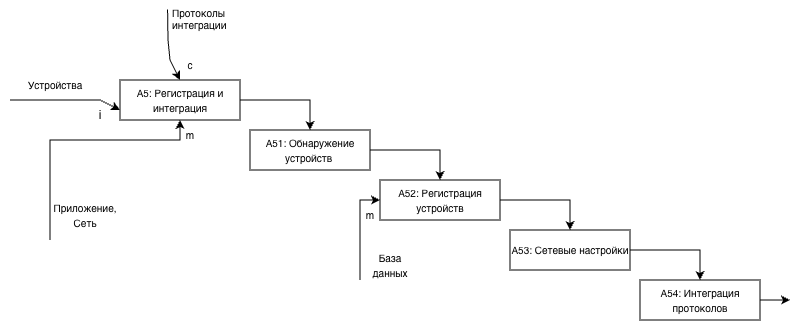
Earlier version of the draw.io export Диаграммы (3 Лабораторная работа)/Диаграмма первого уровня А5 (3 Лабораторная).png (motshexe/3103-PGUTISHKI). Source tidied: cells renumbered, new cells last; positions are measured from the earlier drawing's top-left corner, leaving out a move shared by most shapes. Its diagram source:
```xml
<mxGraphModel>
  <root>
    <mxCell id="0" />
    <mxCell id="1" parent="0" />
    <mxCell id="2" style="edgeStyle=orthogonalEdgeStyle;rounded=0;jettySize=auto;html=1;exitX=1;exitY=0.5;exitDx=0;exitDy=0;entryX=0.5;entryY=0;entryDx=0;entryDy=0;" parent="1" edge="1" source="3" target="11">
      <mxGeometry relative="1" as="geometry" />
    </mxCell>
    <mxCell id="3" value="&lt;font style=&quot;font-size: 10px;&quot;&gt;A5: Регистрация и интеграция&lt;/font&gt;" style="rounded=0;whiteSpace=wrap;html=1;" parent="1" vertex="1">
      <mxGeometry x="120" y="80" width="120" height="40" as="geometry" />
    </mxCell>
    <mxCell id="4" value="&lt;font style=&quot;font-size: 10px;&quot;&gt;Устройства&lt;/font&gt;" style="text;html=1;whiteSpace=wrap;strokeColor=none;fillColor=none;align=center;verticalAlign=middle;rounded=0;" parent="1" vertex="1">
      <mxGeometry y="70" width="110" height="30" as="geometry" />
    </mxCell>
    <mxCell id="5" style="edgeStyle=none;jettySize=auto;html=1;rounded=0;entryX=0;entryY=0.75;entryDx=0;entryDy=0;" parent="1" edge="1" target="3">
      <mxGeometry relative="1" as="geometry">
        <mxPoint x="10" y="100" as="sourcePoint" />
        <Array as="points">
          <mxPoint x="50" y="100" />
          <mxPoint x="100" y="100" />
        </Array>
      </mxGeometry>
    </mxCell>
    <mxCell id="6" value="i" style="text;html=1;whiteSpace=wrap;strokeColor=none;fillColor=none;align=center;verticalAlign=middle;rounded=0;" parent="1" vertex="1">
      <mxGeometry x="70" y="100" width="60" height="30" as="geometry" />
    </mxCell>
    <mxCell id="7" value="Протоколы интеграции" style="text;whiteSpace=wrap;fontSize=10;" parent="1" vertex="1">
      <mxGeometry x="170" width="90" height="40" as="geometry" />
    </mxCell>
    <mxCell id="8" style="edgeStyle=none;jettySize=auto;html=1;rounded=0;entryX=0.5;entryY=0;entryDx=0;entryDy=0;exitX=-0.027;exitY=0.235;exitDx=0;exitDy=0;exitPerimeter=0;" parent="1" edge="1" source="7" target="3">
      <mxGeometry relative="1" as="geometry">
        <Array as="points">
          <mxPoint x="168" y="40" />
          <mxPoint x="170" y="60" />
        </Array>
      </mxGeometry>
    </mxCell>
    <mxCell id="9" value="&lt;font style=&quot;font-size: 10px;&quot;&gt;с&lt;/font&gt;" style="text;html=1;whiteSpace=wrap;strokeColor=none;fillColor=none;align=center;verticalAlign=middle;rounded=0;" parent="1" vertex="1">
      <mxGeometry x="160" y="50" width="60" height="30" as="geometry" />
    </mxCell>
    <mxCell id="10" style="edgeStyle=orthogonalEdgeStyle;rounded=0;jettySize=auto;html=1;exitX=1;exitY=0.5;exitDx=0;exitDy=0;entryX=0.5;entryY=0;entryDx=0;entryDy=0;" parent="1" edge="1" source="11" target="13">
      <mxGeometry relative="1" as="geometry" />
    </mxCell>
    <mxCell id="11" value="&lt;font style=&quot;font-size: 10px;&quot;&gt;A51: Обнаружение устройств&amp;nbsp;&lt;/font&gt;" style="rounded=0;whiteSpace=wrap;html=1;" parent="1" vertex="1">
      <mxGeometry x="250" y="130" width="120" height="40" as="geometry" />
    </mxCell>
    <mxCell id="12" style="edgeStyle=orthogonalEdgeStyle;rounded=0;jettySize=auto;html=1;exitX=1;exitY=0.5;exitDx=0;exitDy=0;entryX=0.5;entryY=0;entryDx=0;entryDy=0;" parent="1" edge="1" source="13" target="15">
      <mxGeometry relative="1" as="geometry" />
    </mxCell>
    <mxCell id="13" value="&lt;font style=&quot;font-size: 10px;&quot;&gt;A52: Регистрация устройств&lt;/font&gt;" style="rounded=0;whiteSpace=wrap;html=1;" parent="1" vertex="1">
      <mxGeometry x="380" y="180" width="120" height="40" as="geometry" />
    </mxCell>
    <mxCell id="14" style="edgeStyle=orthogonalEdgeStyle;rounded=0;jettySize=auto;html=1;exitX=1;exitY=0.5;exitDx=0;exitDy=0;entryX=0.5;entryY=0;entryDx=0;entryDy=0;" parent="1" edge="1" source="15" target="17">
      <mxGeometry relative="1" as="geometry" />
    </mxCell>
    <mxCell id="15" value="&lt;font style=&quot;font-size: 10px;&quot;&gt;A53: Сетевые настройки&lt;/font&gt;&lt;span style=&quot;color: rgba(0, 0, 0, 0); font-family: monospace; font-size: 0px; text-align: start; text-wrap-mode: nowrap;&quot;&gt;%3CmxGraphModel%3E%3Croot%3E%3CmxCell%20id%3D%220%22%2F%3E%3CmxCell%20id%3D%221%22%20parent%3D%220%22%2F%3E%3CmxCell%20id%3D%222%22%20value%3D%22%26lt%3Bfont%20style%3D%26quot%3Bfont-size%3A%2010px%3B%26quot%3B%26gt%3BA12%3A%20%D0%92%D1%8B%D0%BF%D0%BE%D0%BB%D0%BD%D0%B5%D0%BD%D0%B8%D0%B5%20%D0%BA%D0%BE%D0%BC%D0%B0%D0%BD%D0%B4%26lt%3B%2Ffont%26gt%3B%22%20style%3D%22rounded%3D0%3BwhiteSpace%3Dwrap%3Bhtml%3D1%3B%22%20vertex%3D%221%22%20parent%3D%221%22%3E%3CmxGeometry%20x%3D%22380%22%20y%3D%22180%22%20width%3D%22120%22%20height%3D%2240%22%20as%3D%22geometry%22%2F%3E%3C%2FmxCell%3E%3C%2Froot%3E%3C%2FmxGraphModel%3E&lt;/span&gt;" style="rounded=0;whiteSpace=wrap;html=1;" parent="1" vertex="1">
      <mxGeometry x="510" y="230" width="120" height="40" as="geometry" />
    </mxCell>
    <mxCell id="16" style="edgeStyle=orthogonalEdgeStyle;rounded=0;jettySize=auto;html=1;exitX=1;exitY=0.5;exitDx=0;exitDy=0;" parent="1" edge="1" source="17">
      <mxGeometry relative="1" as="geometry">
        <mxPoint x="790" y="300.2" as="targetPoint" />
      </mxGeometry>
    </mxCell>
    <mxCell id="17" value="&lt;font style=&quot;font-size: 10px;&quot;&gt;A54: Интеграция протоколов&lt;/font&gt;&lt;span style=&quot;color: rgba(0, 0, 0, 0); font-family: monospace; font-size: 0px; text-align: start; text-wrap-mode: nowrap;&quot;&gt;%3CmxGraphModel%3E%3Croot%3E%3CmxCell%20id%3D%220%22%2F%3E%3CmxCell%20id%3D%221%22%20parent%3D%220%22%2F%3E%3CmxCell%20id%3D%222%22%20value%3D%22%26lt%3Bfont%20style%3D%26quot%3Bfont-size%3A%2010px%3B%26quot%3B%26gt%3BA12%3A%20%D0%92%D1%8B%D0%BF%D0%BE%D0%BB%D0%BD%D0%B5%D0%BD%D0%B8%D0%B5%20%D0%BA%D0%BE%D0%BC%D0%B0%D0%BD%D0%B4%26lt%3B%2Ffont%26gt%3B%22%20style%3D%22rounded%3D0%3BwhiteSpace%3Dwrap%3Bhtml%3D1%3B%22%20vertex%3D%221%22%20parent%3D%221%22%3E%3CmxGeometry%20x%3D%22380%22%20y%3D%22180%22%20width%3D%22120%22%20height%3D%2240%22%20as%3D%22geometry%22%2F%3E%3C%2FmxCell%3E%3C%2Froot%3E%3C%2FmxGraphModel%3E&lt;/span&gt;" style="rounded=0;whiteSpace=wrap;html=1;" parent="1" vertex="1">
      <mxGeometry x="640" y="280" width="120" height="40" as="geometry" />
    </mxCell>
    <mxCell id="18" value="&lt;font style=&quot;font-size: 10px;&quot;&gt;Приложение, Сеть&lt;/font&gt;" style="text;html=1;whiteSpace=wrap;strokeColor=none;fillColor=none;align=center;verticalAlign=middle;rounded=0;" parent="1" vertex="1">
      <mxGeometry x="50" y="200" width="70" height="30" as="geometry" />
    </mxCell>
    <mxCell id="19" style="edgeStyle=none;jettySize=auto;html=1;rounded=0;entryX=0.5;entryY=1;entryDx=0;entryDy=0;" parent="1" edge="1" target="3">
      <mxGeometry relative="1" as="geometry">
        <mxPoint x="50" y="240" as="sourcePoint" />
        <Array as="points">
          <mxPoint x="50" y="240" />
          <mxPoint x="50" y="140" />
          <mxPoint x="180" y="140" />
        </Array>
      </mxGeometry>
    </mxCell>
    <mxCell id="20" value="&lt;span style=&quot;font-size: 10px;&quot;&gt;m&lt;/span&gt;" style="text;html=1;whiteSpace=wrap;strokeColor=none;fillColor=none;align=center;verticalAlign=middle;rounded=0;" parent="1" vertex="1">
      <mxGeometry x="160" y="120" width="60" height="30" as="geometry" />
    </mxCell>
    <mxCell id="21" style="edgeStyle=none;jettySize=auto;html=1;rounded=0;entryX=0;entryY=0.5;entryDx=0;entryDy=0;" parent="1" edge="1" source="24" target="13">
      <mxGeometry relative="1" as="geometry" />
    </mxCell>
    <mxCell id="22" value="&lt;font style=&quot;font-size: 10px;&quot;&gt;База данных&lt;/font&gt;" style="text;html=1;whiteSpace=wrap;strokeColor=none;fillColor=none;align=center;verticalAlign=middle;rounded=0;" parent="1" vertex="1">
      <mxGeometry x="360" y="250" width="60" height="30" as="geometry" />
    </mxCell>
    <mxCell id="23" style="edgeStyle=none;jettySize=auto;html=1;rounded=0;entryX=0;entryY=0.5;entryDx=0;entryDy=0;" parent="1" edge="1" target="13">
      <mxGeometry relative="1" as="geometry">
        <mxPoint x="360" y="280" as="sourcePoint" />
        <Array as="points">
          <mxPoint x="360" y="200" />
        </Array>
      </mxGeometry>
    </mxCell>
    <mxCell id="24" value="&lt;span style=&quot;font-size: 10px;&quot;&gt;m&lt;/span&gt;" style="text;html=1;whiteSpace=wrap;strokeColor=none;fillColor=none;align=center;verticalAlign=middle;rounded=0;" parent="1" vertex="1">
      <mxGeometry x="340" y="200" width="60" height="30" as="geometry" />
    </mxCell>
  </root>
</mxGraphModel>
```
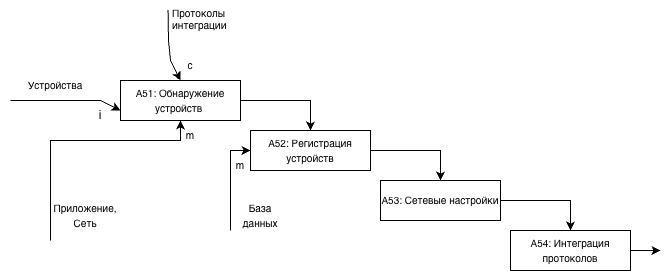
Above is the later version.

Diff of the diagram source:
```diff
@@ -2,99 +2,96 @@
   <root>
     <mxCell id="0" />
     <mxCell id="1" parent="0" />
-    <mxCell id="2" style="edgeStyle=orthogonalEdgeStyle;rounded=0;jettySize=auto;html=1;exitX=1;exitY=0.5;exitDx=0;exitDy=0;entryX=0.5;entryY=0;entryDx=0;entryDy=0;" parent="1" edge="1" source="3" target="11">
-      <mxGeometry relative="1" as="geometry" />
-    </mxCell>
-    <mxCell id="3" value="&lt;font style=&quot;font-size: 10px;&quot;&gt;A5: Регистрация и интеграция&lt;/font&gt;" style="rounded=0;whiteSpace=wrap;html=1;" parent="1" vertex="1">
-      <mxGeometry x="120" y="80" width="120" height="40" as="geometry" />
-    </mxCell>
     <mxCell id="4" value="&lt;font style=&quot;font-size: 10px;&quot;&gt;Устройства&lt;/font&gt;" style="text;html=1;whiteSpace=wrap;strokeColor=none;fillColor=none;align=center;verticalAlign=middle;rounded=0;" parent="1" vertex="1">
-      <mxGeometry y="70" width="110" height="30" as="geometry" />
+      <mxGeometry x="10" y="80" width="110" height="30" as="geometry" />
     </mxCell>
-    <mxCell id="5" style="edgeStyle=none;jettySize=auto;html=1;rounded=0;entryX=0;entryY=0.75;entryDx=0;entryDy=0;" parent="1" edge="1" target="3">
+    <mxCell id="5" style="edgeStyle=none;orthogonalLoop=1;jettySize=auto;html=1;rounded=0;entryX=0;entryY=0.75;entryDx=0;entryDy=0;" parent="1" edge="1">
       <mxGeometry relative="1" as="geometry">
-        <mxPoint x="10" y="100" as="sourcePoint" />
+        <mxPoint x="20" y="110" as="sourcePoint" />
+        <mxPoint x="130" y="120" as="targetPoint" />
         <Array as="points">
-          <mxPoint x="50" y="100" />
-          <mxPoint x="100" y="100" />
+          <mxPoint x="60" y="110" />
+          <mxPoint x="110" y="110" />
         </Array>
       </mxGeometry>
     </mxCell>
     <mxCell id="6" value="i" style="text;html=1;whiteSpace=wrap;strokeColor=none;fillColor=none;align=center;verticalAlign=middle;rounded=0;" parent="1" vertex="1">
-      <mxGeometry x="70" y="100" width="60" height="30" as="geometry" />
+      <mxGeometry x="80" y="110" width="60" height="30" as="geometry" />
     </mxCell>
     <mxCell id="7" value="Протоколы интеграции" style="text;whiteSpace=wrap;fontSize=10;" parent="1" vertex="1">
-      <mxGeometry x="170" width="90" height="40" as="geometry" />
+      <mxGeometry x="180" y="10" width="90" height="40" as="geometry" />
     </mxCell>
-    <mxCell id="8" style="edgeStyle=none;jettySize=auto;html=1;rounded=0;entryX=0.5;entryY=0;entryDx=0;entryDy=0;exitX=-0.027;exitY=0.235;exitDx=0;exitDy=0;exitPerimeter=0;" parent="1" edge="1" source="7" target="3">
+    <mxCell id="8" style="edgeStyle=none;jettySize=auto;html=1;rounded=0;entryX=0.5;entryY=0;entryDx=0;entryDy=0;exitX=-0.027;exitY=0.235;exitDx=0;exitDy=0;exitPerimeter=0;" parent="1" edge="1" source="7">
       <mxGeometry relative="1" as="geometry">
+        <mxPoint x="190" y="90" as="targetPoint" />
         <Array as="points">
-          <mxPoint x="168" y="40" />
-          <mxPoint x="170" y="60" />
+          <mxPoint x="178" y="50" />
+          <mxPoint x="180" y="70" />
         </Array>
       </mxGeometry>
     </mxCell>
     <mxCell id="9" value="&lt;font style=&quot;font-size: 10px;&quot;&gt;с&lt;/font&gt;" style="text;html=1;whiteSpace=wrap;strokeColor=none;fillColor=none;align=center;verticalAlign=middle;rounded=0;" parent="1" vertex="1">
-      <mxGeometry x="160" y="50" width="60" height="30" as="geometry" />
+      <mxGeometry x="170" y="60" width="60" height="30" as="geometry" />
     </mxCell>
     <mxCell id="10" style="edgeStyle=orthogonalEdgeStyle;rounded=0;jettySize=auto;html=1;exitX=1;exitY=0.5;exitDx=0;exitDy=0;entryX=0.5;entryY=0;entryDx=0;entryDy=0;" parent="1" edge="1" source="11" target="13">
       <mxGeometry relative="1" as="geometry" />
     </mxCell>
     <mxCell id="11" value="&lt;font style=&quot;font-size: 10px;&quot;&gt;A51: Обнаружение устройств&amp;nbsp;&lt;/font&gt;" style="rounded=0;whiteSpace=wrap;html=1;" parent="1" vertex="1">
-      <mxGeometry x="250" y="130" width="120" height="40" as="geometry" />
+      <mxGeometry x="130" y="90" width="120" height="40" as="geometry" />
     </mxCell>
     <mxCell id="12" style="edgeStyle=orthogonalEdgeStyle;rounded=0;jettySize=auto;html=1;exitX=1;exitY=0.5;exitDx=0;exitDy=0;entryX=0.5;entryY=0;entryDx=0;entryDy=0;" parent="1" edge="1" source="13" target="15">
       <mxGeometry relative="1" as="geometry" />
     </mxCell>
     <mxCell id="13" value="&lt;font style=&quot;font-size: 10px;&quot;&gt;A52: Регистрация устройств&lt;/font&gt;" style="rounded=0;whiteSpace=wrap;html=1;" parent="1" vertex="1">
-      <mxGeometry x="380" y="180" width="120" height="40" as="geometry" />
+      <mxGeometry x="260" y="140" width="120" height="40" as="geometry" />
     </mxCell>
     <mxCell id="14" style="edgeStyle=orthogonalEdgeStyle;rounded=0;jettySize=auto;html=1;exitX=1;exitY=0.5;exitDx=0;exitDy=0;entryX=0.5;entryY=0;entryDx=0;entryDy=0;" parent="1" edge="1" source="15" target="17">
       <mxGeometry relative="1" as="geometry" />
     </mxCell>
     <mxCell id="15" value="&lt;font style=&quot;font-size: 10px;&quot;&gt;A53: Сетевые настройки&lt;/font&gt;&lt;span style=&quot;color: rgba(0, 0, 0, 0); font-family: monospace; font-size: 0px; text-align: start; text-wrap-mode: nowrap;&quot;&gt;%3CmxGraphModel%3E%3Croot%3E%3CmxCell%20id%3D%220%22%2F%3E%3CmxCell%20id%3D%221%22%20parent%3D%220%22%2F%3E%3CmxCell%20id%3D%222%22%20value%3D%22%26lt%3Bfont%20style%3D%26quot%3Bfont-size%3A%2010px%3B%26quot%3B%26gt%3BA12%3A%20%D0%92%D1%8B%D0%BF%D0%BE%D0%BB%D0%BD%D0%B5%D0%BD%D0%B8%D0%B5%20%D0%BA%D0%BE%D0%BC%D0%B0%D0%BD%D0%B4%26lt%3B%2Ffont%26gt%3B%22%20style%3D%22rounded%3D0%3BwhiteSpace%3Dwrap%3Bhtml%3D1%3B%22%20vertex%3D%221%22%20parent%3D%221%22%3E%3CmxGeometry%20x%3D%22380%22%20y%3D%22180%22%20width%3D%22120%22%20height%3D%2240%22%20as%3D%22geometry%22%2F%3E%3C%2FmxCell%3E%3C%2Froot%3E%3C%2FmxGraphModel%3E&lt;/span&gt;" style="rounded=0;whiteSpace=wrap;html=1;" parent="1" vertex="1">
-      <mxGeometry x="510" y="230" width="120" height="40" as="geometry" />
+      <mxGeometry x="390" y="190" width="120" height="40" as="geometry" />
     </mxCell>
     <mxCell id="16" style="edgeStyle=orthogonalEdgeStyle;rounded=0;jettySize=auto;html=1;exitX=1;exitY=0.5;exitDx=0;exitDy=0;" parent="1" edge="1" source="17">
       <mxGeometry relative="1" as="geometry">
-        <mxPoint x="790" y="300.2" as="targetPoint" />
+        <mxPoint x="670" y="260.2" as="targetPoint" />
       </mxGeometry>
     </mxCell>
     <mxCell id="17" value="&lt;font style=&quot;font-size: 10px;&quot;&gt;A54: Интеграция протоколов&lt;/font&gt;&lt;span style=&quot;color: rgba(0, 0, 0, 0); font-family: monospace; font-size: 0px; text-align: start; text-wrap-mode: nowrap;&quot;&gt;%3CmxGraphModel%3E%3Croot%3E%3CmxCell%20id%3D%220%22%2F%3E%3CmxCell%20id%3D%221%22%20parent%3D%220%22%2F%3E%3CmxCell%20id%3D%222%22%20value%3D%22%26lt%3Bfont%20style%3D%26quot%3Bfont-size%3A%2010px%3B%26quot%3B%26gt%3BA12%3A%20%D0%92%D1%8B%D0%BF%D0%BE%D0%BB%D0%BD%D0%B5%D0%BD%D0%B8%D0%B5%20%D0%BA%D0%BE%D0%BC%D0%B0%D0%BD%D0%B4%26lt%3B%2Ffont%26gt%3B%22%20style%3D%22rounded%3D0%3BwhiteSpace%3Dwrap%3Bhtml%3D1%3B%22%20vertex%3D%221%22%20parent%3D%221%22%3E%3CmxGeometry%20x%3D%22380%22%20y%3D%22180%22%20width%3D%22120%22%20height%3D%2240%22%20as%3D%22geometry%22%2F%3E%3C%2FmxCell%3E%3C%2Froot%3E%3C%2FmxGraphModel%3E&lt;/span&gt;" style="rounded=0;whiteSpace=wrap;html=1;" parent="1" vertex="1">
-      <mxGeometry x="640" y="280" width="120" height="40" as="geometry" />
+      <mxGeometry x="520" y="240" width="120" height="40" as="geometry" />
     </mxCell>
     <mxCell id="18" value="&lt;font style=&quot;font-size: 10px;&quot;&gt;Приложение, Сеть&lt;/font&gt;" style="text;html=1;whiteSpace=wrap;strokeColor=none;fillColor=none;align=center;verticalAlign=middle;rounded=0;" parent="1" vertex="1">
-      <mxGeometry x="50" y="200" width="70" height="30" as="geometry" />
+      <mxGeometry x="60" y="210" width="70" height="30" as="geometry" />
     </mxCell>
-    <mxCell id="19" style="edgeStyle=none;jettySize=auto;html=1;rounded=0;entryX=0.5;entryY=1;entryDx=0;entryDy=0;" parent="1" edge="1" target="3">
+    <mxCell id="19" style="edgeStyle=none;orthogonalLoop=1;jettySize=auto;html=1;rounded=0;entryX=0.5;entryY=1;entryDx=0;entryDy=0;" parent="1" edge="1">
       <mxGeometry relative="1" as="geometry">
-        <mxPoint x="50" y="240" as="sourcePoint" />
+        <mxPoint x="60" y="250" as="sourcePoint" />
+        <mxPoint x="190" y="130" as="targetPoint" />
         <Array as="points">
-          <mxPoint x="50" y="240" />
-          <mxPoint x="50" y="140" />
-          <mxPoint x="180" y="140" />
+          <mxPoint x="60" y="250" />
+          <mxPoint x="60" y="150" />
+          <mxPoint x="190" y="150" />
         </Array>
       </mxGeometry>
     </mxCell>
     <mxCell id="20" value="&lt;span style=&quot;font-size: 10px;&quot;&gt;m&lt;/span&gt;" style="text;html=1;whiteSpace=wrap;strokeColor=none;fillColor=none;align=center;verticalAlign=middle;rounded=0;" parent="1" vertex="1">
-      <mxGeometry x="160" y="120" width="60" height="30" as="geometry" />
+      <mxGeometry x="170" y="130" width="60" height="30" as="geometry" />
     </mxCell>
     <mxCell id="21" style="edgeStyle=none;jettySize=auto;html=1;rounded=0;entryX=0;entryY=0.5;entryDx=0;entryDy=0;" parent="1" edge="1" source="24" target="13">
       <mxGeometry relative="1" as="geometry" />
     </mxCell>
     <mxCell id="22" value="&lt;font style=&quot;font-size: 10px;&quot;&gt;База данных&lt;/font&gt;" style="text;html=1;whiteSpace=wrap;strokeColor=none;fillColor=none;align=center;verticalAlign=middle;rounded=0;" parent="1" vertex="1">
-      <mxGeometry x="360" y="250" width="60" height="30" as="geometry" />
+      <mxGeometry x="240" y="210" width="60" height="30" as="geometry" />
     </mxCell>
     <mxCell id="23" style="edgeStyle=none;jettySize=auto;html=1;rounded=0;entryX=0;entryY=0.5;entryDx=0;entryDy=0;" parent="1" edge="1" target="13">
       <mxGeometry relative="1" as="geometry">
-        <mxPoint x="360" y="280" as="sourcePoint" />
+        <mxPoint x="240" y="240" as="sourcePoint" />
         <Array as="points">
-          <mxPoint x="360" y="200" />
+          <mxPoint x="240" y="160" />
         </Array>
       </mxGeometry>
     </mxCell>
     <mxCell id="24" value="&lt;span style=&quot;font-size: 10px;&quot;&gt;m&lt;/span&gt;" style="text;html=1;whiteSpace=wrap;strokeColor=none;fillColor=none;align=center;verticalAlign=middle;rounded=0;" parent="1" vertex="1">
-      <mxGeometry x="340" y="200" width="60" height="30" as="geometry" />
+      <mxGeometry x="220" y="160" width="60" height="30" as="geometry" />
     </mxCell>
   </root>
 </mxGraphModel>
```
